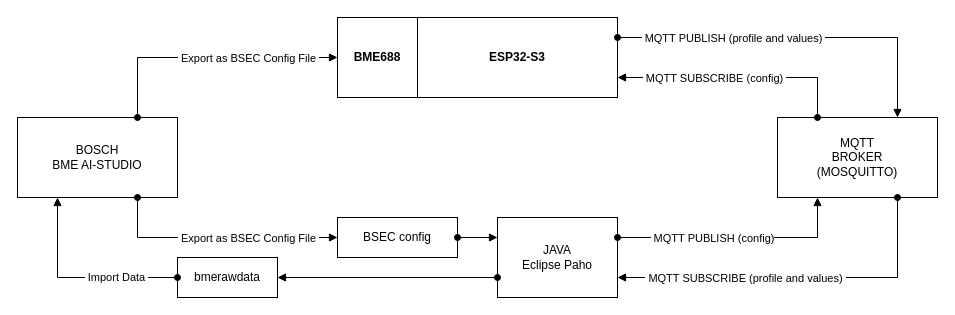
the-butcher/MOTH.BME.1 keeps this draw.io diagram as moth-bme.drawio. Above is the earlier version. Source tidied: cells renumbered, new cells numbered last; positions are measured from the earlier drawing's top-left corner, leaving out a move shared by most shapes. Both pictures are drawn from the tidied source at 100%, with x=0, y=0 at pixel (17, 17).
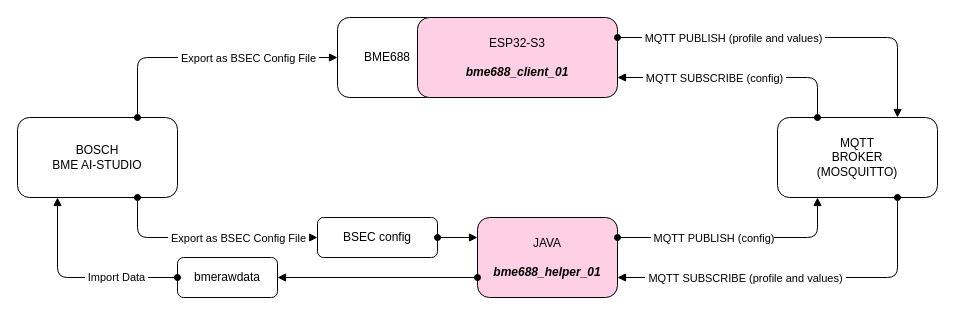
After the change.

The edit, as a diff of the source:
```diff
@@
+    <mxCell id="3" value="BME688" style="rounded=1;whiteSpace=wrap;html=1;" parent="1" vertex="1">
+      <mxGeometry x="320" width="100" height="80" as="geometry" />
+    </mxCell>
-    <mxCell id="2" value="&lt;b&gt;ESP32-S3&lt;/b&gt;" style="rounded=0;whiteSpace=wrap;html=1;" parent="1" vertex="1">
+    <mxCell id="2" value="ESP32-S3&lt;br&gt;&lt;br&gt;&lt;b&gt;&lt;i&gt;bme688_client_01&lt;/i&gt;&lt;/b&gt;" style="rounded=1;whiteSpace=wrap;html=1;fillColor=#FFCFE5;" parent="1" vertex="1">
       <mxGeometry x="400" width="200" height="80" as="geometry" />
     </mxCell>
-    <mxCell id="3" value="&lt;b&gt;BME688&lt;/b&gt;" style="rounded=0;whiteSpace=wrap;html=1;" parent="1" vertex="1">
-      <mxGeometry x="320" width="80" height="80" as="geometry" />
-    </mxCell>
-    <mxCell id="4" style="endArrow=block;html=1;rounded=0;exitX=1;exitY=0.25;exitDx=0;exitDy=0;entryX=0.75;entryY=0;entryDx=0;entryDy=0;endFill=1;startFill=1;startArrow=oval;" parent="1" edge="1" source="2" target="6">
+    <mxCell id="4" style="endArrow=block;html=1;rounded=1;exitX=1;exitY=0.25;exitDx=0;exitDy=0;entryX=0.75;entryY=0;entryDx=0;entryDy=0;endFill=1;startFill=1;startArrow=oval;" parent="1" edge="1" source="2" target="6">
       <mxGeometry relative="1" as="geometry">
         <Array as="points">
           <mxPoint x="880" y="20" />
         </Array>
       </mxGeometry>
     </mxCell>
@@
-    <mxCell id="6" value="MQTT&lt;br&gt;BROKER&lt;br&gt;(MOSQUITTO)" style="rounded=0;whiteSpace=wrap;html=1;" parent="1" vertex="1">
+    <mxCell id="6" value="MQTT&lt;br&gt;BROKER&lt;br&gt;(MOSQUITTO)" style="rounded=1;whiteSpace=wrap;html=1;" parent="1" vertex="1">
       <mxGeometry x="760" y="100" width="160" height="80" as="geometry" />
     </mxCell>
-    <mxCell id="7" value="JAVA&lt;br&gt;Eclipse Paho" style="rounded=0;whiteSpace=wrap;html=1;" parent="1" vertex="1">
-      <mxGeometry x="480" y="200" width="120" height="80" as="geometry" />
+    <mxCell id="7" value="JAVA&lt;br&gt;&lt;br&gt;&lt;b&gt;&lt;i&gt;bme688_helper_01&lt;/i&gt;&lt;/b&gt;" style="rounded=1;whiteSpace=wrap;html=1;fillColor=#FFCFE5;fontColor=rgba(0, 0, 0, 1);strokeColor=rgba(0, 0, 0, 1);" parent="1" vertex="1">
+      <mxGeometry x="460" y="200" width="140" height="80" as="geometry" />
     </mxCell>
-    <mxCell id="8" style="endArrow=block;html=1;rounded=0;exitX=1;exitY=0.25;exitDx=0;exitDy=0;entryX=0.25;entryY=1;entryDx=0;entryDy=0;endFill=1;startFill=1;startArrow=oval;" parent="1" edge="1" source="7" target="6">
+    <mxCell id="8" style="endArrow=block;html=1;rounded=1;exitX=1;exitY=0.25;exitDx=0;exitDy=0;entryX=0.25;entryY=1;entryDx=0;entryDy=0;endFill=1;startFill=1;startArrow=oval;" parent="1" edge="1" source="7" target="6">
       <mxGeometry relative="1" as="geometry">
         <Array as="points">
           <mxPoint x="800" y="220" />
         </Array>
       </mxGeometry>
     </mxCell>
@@
-    <mxCell id="10" style="endArrow=block;html=1;rounded=0;exitX=0.75;exitY=1;exitDx=0;exitDy=0;entryX=1;entryY=0.75;entryDx=0;entryDy=0;startArrow=oval;startFill=1;endFill=1;" parent="1" edge="1" source="6" target="7">
+    <mxCell id="10" style="endArrow=block;html=1;rounded=1;exitX=0.75;exitY=1;exitDx=0;exitDy=0;entryX=1;entryY=0.75;entryDx=0;entryDy=0;startArrow=oval;startFill=1;endFill=1;" parent="1" edge="1" source="6" target="7">
       <mxGeometry relative="1" as="geometry">
         <Array as="points">
           <mxPoint x="880" y="260" />
         </Array>
       </mxGeometry>
     </mxCell>
@@
-    <mxCell id="12" style="endArrow=block;html=1;rounded=0;exitX=0.25;exitY=0;exitDx=0;exitDy=0;entryX=1;entryY=0.75;entryDx=0;entryDy=0;startArrow=oval;startFill=1;endFill=1;" parent="1" edge="1" source="6" target="2">
+    <mxCell id="12" style="endArrow=block;html=1;rounded=1;exitX=0.25;exitY=0;exitDx=0;exitDy=0;entryX=1;entryY=0.75;entryDx=0;entryDy=0;startArrow=oval;startFill=1;endFill=1;" parent="1" edge="1" source="6" target="2">
       <mxGeometry relative="1" as="geometry">
         <Array as="points">
           <mxPoint x="800" y="60" />
         </Array>
       </mxGeometry>
     </mxCell>
@@
-    <mxCell id="14" value="BOSCH&lt;br&gt;BME AI-STUDIO" style="rounded=0;whiteSpace=wrap;html=1;" parent="1" vertex="1">
+    <mxCell id="14" value="BOSCH&lt;br&gt;BME AI-STUDIO" style="rounded=1;whiteSpace=wrap;html=1;" parent="1" vertex="1">
       <mxGeometry y="100" width="160" height="80" as="geometry" />
     </mxCell>
@@
-    <mxCell id="16" style="endArrow=block;html=1;rounded=0;exitX=0.75;exitY=1;exitDx=0;exitDy=0;endFill=1;startFill=1;startArrow=oval;entryX=0;entryY=0.5;entryDx=0;entryDy=0;" parent="1" edge="1" source="14" target="18">
+    <mxCell id="16" style="endArrow=block;html=1;rounded=1;exitX=0.75;exitY=1;exitDx=0;exitDy=0;endFill=1;startFill=1;startArrow=oval;entryX=0;entryY=0.5;entryDx=0;entryDy=0;" parent="1" edge="1" source="14" target="18">
       <mxGeometry relative="1" as="geometry">
         <Array as="points">
           <mxPoint x="120" y="220" />
         </Array>
       </mxGeometry>
     </mxCell>
@@
-    <mxCell id="18" value="BSEC config" style="rounded=0;whiteSpace=wrap;html=1;" parent="1" vertex="1">
-      <mxGeometry x="320" y="200" width="120" height="40" as="geometry" />
+    <mxCell id="18" value="BSEC config" style="rounded=1;whiteSpace=wrap;html=1;" parent="1" vertex="1">
+      <mxGeometry x="300" y="200" width="120" height="40" as="geometry" />
     </mxCell>
@@
-    <mxCell id="20" value="bmerawdata" style="rounded=0;whiteSpace=wrap;html=1;" parent="1" vertex="1">
+    <mxCell id="20" value="bmerawdata" style="rounded=1;whiteSpace=wrap;html=1;" parent="1" vertex="1">
       <mxGeometry x="160" y="240" width="100" height="40" as="geometry" />
     </mxCell>
-    <mxCell id="21" style="endArrow=block;html=1;rounded=0;exitX=0;exitY=0.5;exitDx=0;exitDy=0;endFill=1;startFill=1;startArrow=oval;entryX=0.25;entryY=1;entryDx=0;entryDy=0;" parent="1" edge="1" source="20" target="14">
+    <mxCell id="21" style="endArrow=block;html=1;rounded=1;exitX=0;exitY=0.5;exitDx=0;exitDy=0;endFill=1;startFill=1;startArrow=oval;entryX=0.25;entryY=1;entryDx=0;entryDy=0;" parent="1" edge="1" source="20" target="14">
       <mxGeometry relative="1" as="geometry">
         <Array as="points">
           <mxPoint x="40" y="260" />
         </Array>
       </mxGeometry>
     </mxCell>
@@
-    <mxCell id="23" style="endArrow=block;html=1;rounded=0;exitX=0.75;exitY=0;exitDx=0;exitDy=0;endFill=1;startFill=1;startArrow=oval;entryX=0;entryY=0.5;entryDx=0;entryDy=0;" parent="1" edge="1" source="14" target="3">
+    <mxCell id="23" style="endArrow=block;html=1;rounded=1;exitX=0.75;exitY=0;exitDx=0;exitDy=0;endFill=1;startFill=1;startArrow=oval;entryX=0;entryY=0.5;entryDx=0;entryDy=0;" parent="1" edge="1" source="14" target="3">
       <mxGeometry relative="1" as="geometry">
         <Array as="points">
           <mxPoint x="120" y="40" />
         </Array>
       </mxGeometry>
     </mxCell>
```
